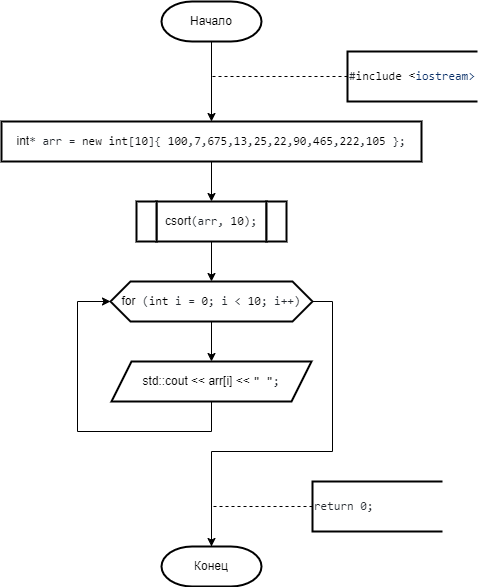
This is 2 Семестр/Labs/№9 Сложные сортировки быстрая (Хоара), слиянием, подсчетом, блочная, Шелла/Подсчетом.png from IlyaFedoseev227/LABS-PNRPU-IVT-22-1b, a draw.io export, as it was before one commit. Source tidied: cells renumbered, new cells last; positions are measured from the earlier drawing's top-left corner, leaving out a move shared by most shapes.
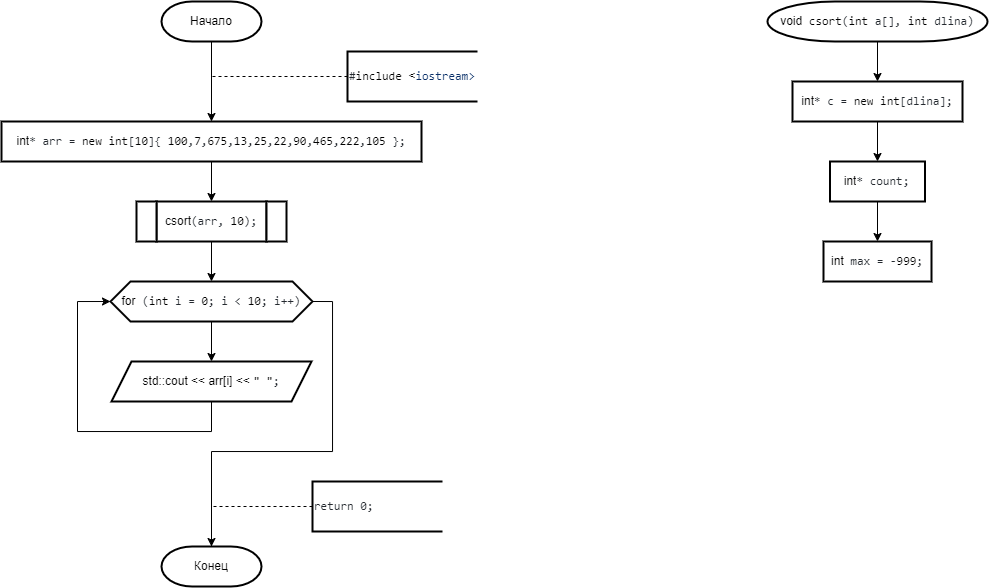
The same file after the commit.

Change to the diagram source:
```diff
@@ -76,5 +76,26 @@
     <mxCell id="19" value="&lt;span style=&quot;box-sizing: border-box; font-family: ui-monospace, SFMono-Regular, &amp;quot;SF Mono&amp;quot;, Menlo, Consolas, &amp;quot;Liberation Mono&amp;quot;, monospace; background-color: rgb(255, 255, 255);&quot; class=&quot;pl-pds&quot;&gt;&lt;font color=&quot;#24292f&quot;&gt;return 0;&lt;/font&gt;&lt;br&gt;&lt;/span&gt;" style="strokeWidth=2;html=1;shape=mxgraph.flowchart.annotation_1;align=left;" parent="1" vertex="1">
       <mxGeometry x="311" y="480" width="130" height="50" as="geometry" />
     </mxCell>
+    <mxCell id="20" style="edgeStyle=orthogonalEdgeStyle;rounded=0;jettySize=auto;html=1;exitX=0.5;exitY=1;exitDx=0;exitDy=0;exitPerimeter=0;entryX=0.5;entryY=0;entryDx=0;entryDy=0;" parent="1" edge="1" source="21" target="23">
+      <mxGeometry relative="1" as="geometry" />
+    </mxCell>
+    <mxCell id="21" value="void&lt;span style=&quot;color: rgb(36, 41, 47); font-family: ui-monospace, SFMono-Regular, &amp;quot;SF Mono&amp;quot;, Menlo, Consolas, &amp;quot;Liberation Mono&amp;quot;, monospace; text-align: start; background-color: rgb(255, 255, 255);&quot;&gt; &lt;/span&gt;&lt;span style=&quot;box-sizing: border-box; color: var(--color-prettylights-syntax-entity); font-family: ui-monospace, SFMono-Regular, &amp;quot;SF Mono&amp;quot;, Menlo, Consolas, &amp;quot;Liberation Mono&amp;quot;, monospace; text-align: start; background-color: rgb(255, 255, 255);&quot; class=&quot;pl-en&quot;&gt;csort&lt;/span&gt;&lt;span style=&quot;color: rgb(36, 41, 47); font-family: ui-monospace, SFMono-Regular, &amp;quot;SF Mono&amp;quot;, Menlo, Consolas, &amp;quot;Liberation Mono&amp;quot;, monospace; text-align: start; background-color: rgb(255, 255, 255);&quot;&gt;(&lt;/span&gt;&lt;span style=&quot;box-sizing: border-box; color: var(--color-prettylights-syntax-keyword); font-family: ui-monospace, SFMono-Regular, &amp;quot;SF Mono&amp;quot;, Menlo, Consolas, &amp;quot;Liberation Mono&amp;quot;, monospace; text-align: start; background-color: rgb(255, 255, 255);&quot; class=&quot;pl-k&quot;&gt;int&lt;/span&gt;&lt;span style=&quot;color: rgb(36, 41, 47); font-family: ui-monospace, SFMono-Regular, &amp;quot;SF Mono&amp;quot;, Menlo, Consolas, &amp;quot;Liberation Mono&amp;quot;, monospace; text-align: start; background-color: rgb(255, 255, 255);&quot;&gt; a[], &lt;/span&gt;&lt;span style=&quot;box-sizing: border-box; color: var(--color-prettylights-syntax-keyword); font-family: ui-monospace, SFMono-Regular, &amp;quot;SF Mono&amp;quot;, Menlo, Consolas, &amp;quot;Liberation Mono&amp;quot;, monospace; text-align: start; background-color: rgb(255, 255, 255);&quot; class=&quot;pl-k&quot;&gt;int&lt;/span&gt;&lt;span style=&quot;color: rgb(36, 41, 47); font-family: ui-monospace, SFMono-Regular, &amp;quot;SF Mono&amp;quot;, Menlo, Consolas, &amp;quot;Liberation Mono&amp;quot;, monospace; text-align: start; background-color: rgb(255, 255, 255);&quot;&gt; dlina)&lt;/span&gt;" style="strokeWidth=2;html=1;shape=mxgraph.flowchart.terminator;whiteSpace=wrap;" parent="1" vertex="1">
+      <mxGeometry x="766" width="220" height="40" as="geometry" />
+    </mxCell>
+    <mxCell id="22" style="edgeStyle=orthogonalEdgeStyle;rounded=0;jettySize=auto;html=1;exitX=0.5;exitY=1;exitDx=0;exitDy=0;" parent="1" edge="1" source="23" target="25">
+      <mxGeometry relative="1" as="geometry" />
+    </mxCell>
+    <mxCell id="23" value="&lt;div style=&quot;text-align: start;&quot;&gt;int&lt;span style=&quot;color: rgb(36, 41, 47); font-family: ui-monospace, SFMono-Regular, &amp;quot;SF Mono&amp;quot;, Menlo, Consolas, &amp;quot;Liberation Mono&amp;quot;, monospace; background-color: rgb(255, 255, 255);&quot;&gt;* c = &lt;/span&gt;&lt;span style=&quot;box-sizing: border-box; color: var(--color-prettylights-syntax-keyword); font-family: ui-monospace, SFMono-Regular, &amp;quot;SF Mono&amp;quot;, Menlo, Consolas, &amp;quot;Liberation Mono&amp;quot;, monospace; background-color: rgb(255, 255, 255);&quot; class=&quot;pl-k&quot;&gt;new&lt;/span&gt;&lt;span style=&quot;color: rgb(36, 41, 47); font-family: ui-monospace, SFMono-Regular, &amp;quot;SF Mono&amp;quot;, Menlo, Consolas, &amp;quot;Liberation Mono&amp;quot;, monospace; background-color: rgb(255, 255, 255);&quot;&gt; &lt;/span&gt;&lt;span style=&quot;box-sizing: border-box; color: var(--color-prettylights-syntax-keyword); font-family: ui-monospace, SFMono-Regular, &amp;quot;SF Mono&amp;quot;, Menlo, Consolas, &amp;quot;Liberation Mono&amp;quot;, monospace; background-color: rgb(255, 255, 255);&quot; class=&quot;pl-k&quot;&gt;int&lt;/span&gt;&lt;span style=&quot;color: rgb(36, 41, 47); font-family: ui-monospace, SFMono-Regular, &amp;quot;SF Mono&amp;quot;, Menlo, Consolas, &amp;quot;Liberation Mono&amp;quot;, monospace; background-color: rgb(255, 255, 255);&quot;&gt;[dlina];&lt;/span&gt;&lt;br&gt;&lt;/div&gt;" style="shape=parallelogram;perimeter=parallelogramPerimeter;whiteSpace=wrap;html=1;fixedSize=1;strokeWidth=2;size=-6;" parent="1" vertex="1">
+      <mxGeometry x="791" y="80" width="170" height="40" as="geometry" />
+    </mxCell>
+    <mxCell id="24" style="edgeStyle=orthogonalEdgeStyle;rounded=0;jettySize=auto;html=1;exitX=0.5;exitY=1;exitDx=0;exitDy=0;" parent="1" edge="1" source="25" target="26">
+      <mxGeometry relative="1" as="geometry" />
+    </mxCell>
+    <mxCell id="25" value="&lt;div style=&quot;text-align: start;&quot;&gt;int&lt;span style=&quot;color: rgb(36, 41, 47); font-family: ui-monospace, SFMono-Regular, &amp;quot;SF Mono&amp;quot;, Menlo, Consolas, &amp;quot;Liberation Mono&amp;quot;, monospace; background-color: rgb(255, 255, 255);&quot;&gt;* count;&lt;/span&gt;&lt;br&gt;&lt;/div&gt;" style="shape=parallelogram;perimeter=parallelogramPerimeter;whiteSpace=wrap;html=1;fixedSize=1;strokeWidth=2;size=-6;" parent="1" vertex="1">
+      <mxGeometry x="828.5" y="160" width="95" height="40" as="geometry" />
+    </mxCell>
+    <mxCell id="26" value="&lt;div style=&quot;text-align: start;&quot;&gt;int&lt;span style=&quot;color: rgb(36, 41, 47); font-family: ui-monospace, SFMono-Regular, &amp;quot;SF Mono&amp;quot;, Menlo, Consolas, &amp;quot;Liberation Mono&amp;quot;, monospace; background-color: rgb(255, 255, 255);&quot;&gt; max = -&lt;/span&gt;&lt;span style=&quot;box-sizing: border-box; color: var(--color-prettylights-syntax-constant); font-family: ui-monospace, SFMono-Regular, &amp;quot;SF Mono&amp;quot;, Menlo, Consolas, &amp;quot;Liberation Mono&amp;quot;, monospace; background-color: rgb(255, 255, 255);&quot; class=&quot;pl-c1&quot;&gt;999&lt;/span&gt;&lt;span style=&quot;color: rgb(36, 41, 47); font-family: ui-monospace, SFMono-Regular, &amp;quot;SF Mono&amp;quot;, Menlo, Consolas, &amp;quot;Liberation Mono&amp;quot;, monospace; background-color: rgb(255, 255, 255);&quot;&gt;;&lt;/span&gt;&lt;br&gt;&lt;/div&gt;" style="shape=parallelogram;perimeter=parallelogramPerimeter;whiteSpace=wrap;html=1;fixedSize=1;strokeWidth=2;size=-6;" parent="1" vertex="1">
+      <mxGeometry x="822" y="240" width="108" height="40" as="geometry" />
+    </mxCell>
   </root>
 </mxGraphModel>
```
